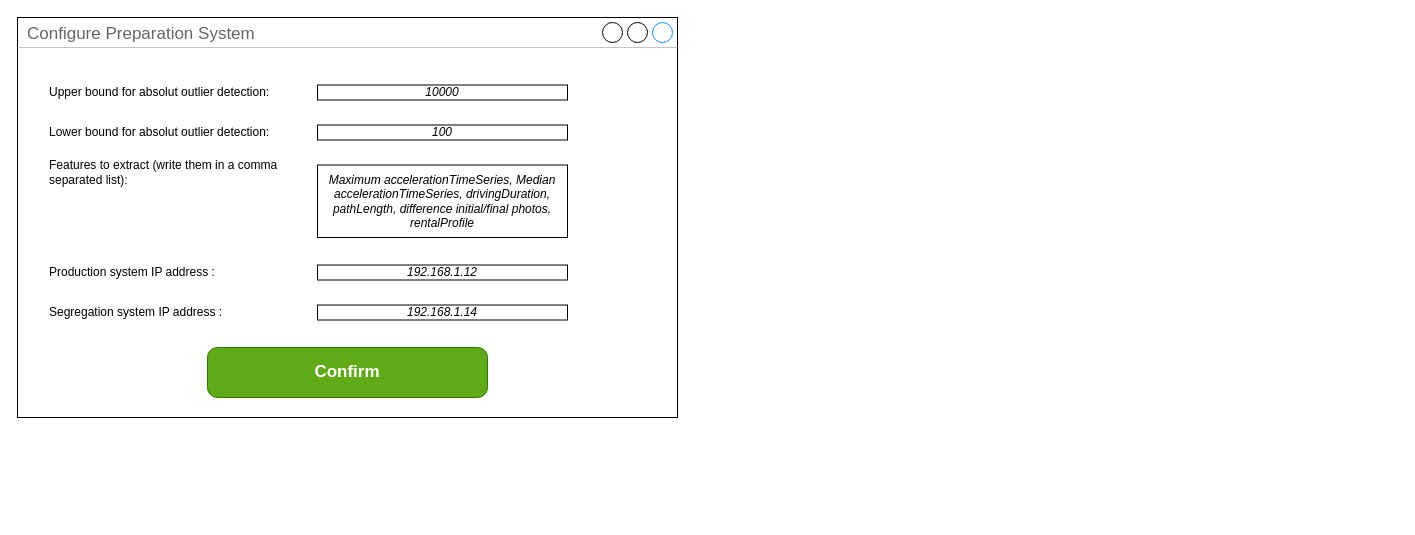
This is configure/preparation system (CAPE)/preparation_system.drawio from BaffoBello14/AutomaticDamagesRecognition, a draw.io file, before an edit. Source tidied: cells renumbered, new cells numbered last; positions are measured from the earlier drawing's top-left corner, leaving out a move shared by most shapes. Both pictures are drawn from the tidied source at 100%, with x=0, y=0 at pixel (17, 17).
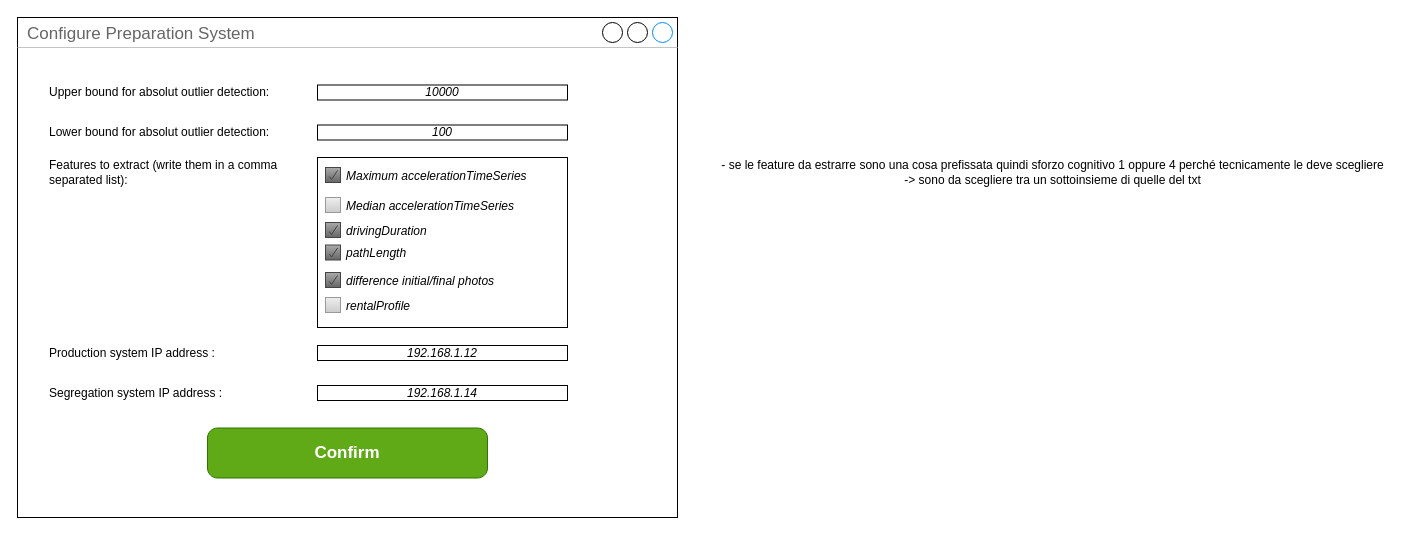
After the change.

Diff of the diagram source:
```diff
@@
     <mxCell id="2" value="Configure Preparation System" style="strokeWidth=1;shadow=0;dashed=0;align=center;html=1;shape=mxgraph.mockup.containers.window;align=left;verticalAlign=top;spacingLeft=8;strokeColor2=#008cff;strokeColor3=#c4c4c4;fontColor=#666666;mainText=;fontSize=17;labelBackgroundColor=none;whiteSpace=wrap;" parent="1" vertex="1">
-      <mxGeometry width="660" height="400" as="geometry" />
+      <mxGeometry width="660" height="500" as="geometry" />
     </mxCell>
     <mxCell id="3" value="Confirm" style="strokeWidth=1;shadow=0;dashed=0;align=center;html=1;shape=mxgraph.mockup.buttons.button;strokeColor=#2D7600;fontColor=#ffffff;mainText=;buttonStyle=round;fontSize=17;fontStyle=1;fillColor=#60a917;whiteSpace=wrap;" parent="1" vertex="1">
-      <mxGeometry x="190" y="330" width="280" height="50" as="geometry" />
+      <mxGeometry x="190" y="410.5" width="280" height="50" as="geometry" />
     </mxCell>
@@
-    <mxCell id="9" value="&lt;i&gt;Maximum accelerationTimeSeries, Median accelerationTimeSeries, drivingDuration, pathLength, difference initial/final photos, rentalProfile&lt;/i&gt;" style="rounded=0;whiteSpace=wrap;html=1;fontColor=#000000;" parent="1" vertex="1">
-      <mxGeometry x="300" y="147.5" width="250" height="72.5" as="geometry" />
-    </mxCell>
     <mxCell id="10" value="Production system IP address :" style="text;html=1;strokeColor=none;fillColor=none;align=left;verticalAlign=middle;whiteSpace=wrap;rounded=0;" parent="1" vertex="1">
-      <mxGeometry x="30" y="240" width="210" height="30" as="geometry" />
+      <mxGeometry x="30" y="320.5" width="210" height="30" as="geometry" />
     </mxCell>
     <mxCell id="11" value="&lt;i style=&quot;border-color: var(--border-color);&quot;&gt;&lt;font style=&quot;border-color: var(--border-color);&quot;&gt;192.168.1.12&lt;/font&gt;&lt;/i&gt;" style="rounded=0;whiteSpace=wrap;html=1;fontColor=#000000;" parent="1" vertex="1">
-      <mxGeometry x="300" y="247.5" width="250" height="15" as="geometry" />
+      <mxGeometry x="300" y="328" width="250" height="15" as="geometry" />
     </mxCell>
     <mxCell id="12" value="Segregation system IP address :" style="text;html=1;strokeColor=none;fillColor=none;align=left;verticalAlign=middle;whiteSpace=wrap;rounded=0;" parent="1" vertex="1">
-      <mxGeometry x="30" y="280" width="210" height="30" as="geometry" />
+      <mxGeometry x="30" y="360.5" width="210" height="30" as="geometry" />
     </mxCell>
     <mxCell id="13" value="&lt;i style=&quot;border-color: var(--border-color);&quot;&gt;&lt;font style=&quot;border-color: var(--border-color);&quot;&gt;192.168.1.14&lt;/font&gt;&lt;/i&gt;" style="rounded=0;whiteSpace=wrap;html=1;fontColor=#000000;" parent="1" vertex="1">
-      <mxGeometry x="300" y="287.5" width="250" height="15" as="geometry" />
+      <mxGeometry x="300" y="368" width="250" height="15" as="geometry" />
     </mxCell>
+    <mxCell id="14" style="strokeWidth=1;shadow=0;dashed=0;align=center;html=1;shape=mxgraph.mockup.forms.rrect;rSize=0;strokeColor=#000000;fillColor=#ffffff;" parent="1" vertex="1">
+      <mxGeometry x="300" y="140" width="250" height="170" as="geometry" />
+    </mxCell>
+    <mxCell id="15" value="&lt;i style=&quot;border-color: var(--border-color); color: rgb(0, 0, 0); font-size: 12px; text-align: center;&quot;&gt;Median accelerationTimeSeries&lt;/i&gt;" style="strokeWidth=1;shadow=0;dashed=0;align=center;html=1;shape=mxgraph.mockup.forms.rrect;rSize=0;fillColor=#eeeeee;strokeColor=#999999;gradientColor=#cccccc;align=left;spacingLeft=4;fontSize=17;fontColor=#666666;labelPosition=right;" parent="14" vertex="1">
+      <mxGeometry x="8" y="40" width="15" height="15" as="geometry" />
+    </mxCell>
+    <mxCell id="16" value="&lt;i style=&quot;border-color: var(--border-color); color: rgb(0, 0, 0); font-size: 12px; text-align: center;&quot;&gt;rentalProfile&lt;/i&gt;" style="strokeWidth=1;shadow=0;dashed=0;align=center;html=1;shape=mxgraph.mockup.forms.rrect;rSize=0;fillColor=#eeeeee;strokeColor=#999999;gradientColor=#cccccc;align=left;spacingLeft=4;fontSize=17;fontColor=#666666;labelPosition=right;" parent="14" vertex="1">
+      <mxGeometry x="8" y="140" width="15" height="15" as="geometry" />
+    </mxCell>
+    <mxCell id="17" value="&lt;i style=&quot;border-color: var(--border-color); color: rgb(0, 0, 0); font-size: 12px; text-align: center;&quot;&gt;Maximum accelerationTimeSeries&lt;/i&gt;" style="strokeWidth=1;shadow=0;dashed=0;align=center;html=1;shape=mxgraph.mockup.forms.checkbox;rSize=0;fillColor=#aaaaaa;strokeColor=#444444;gradientColor=#666666;align=left;spacingLeft=4;fontSize=17;fontColor=#008cff;labelPosition=right;" parent="14" vertex="1">
+      <mxGeometry x="8" y="10" width="15" height="15" as="geometry" />
+    </mxCell>
+    <mxCell id="18" value="&lt;i style=&quot;border-color: var(--border-color); color: rgb(0, 0, 0); font-size: 12px; text-align: center;&quot;&gt;drivingDuration&lt;/i&gt;" style="strokeWidth=1;shadow=0;dashed=0;align=center;html=1;shape=mxgraph.mockup.forms.checkbox;rSize=0;fillColor=#aaaaaa;strokeColor=#444444;gradientColor=#666666;align=left;spacingLeft=4;fontSize=17;fontColor=#008cff;labelPosition=right;" parent="14" vertex="1">
+      <mxGeometry x="8" y="65" width="15" height="15" as="geometry" />
+    </mxCell>
+    <mxCell id="19" value="&lt;i style=&quot;border-color: var(--border-color); color: rgb(0, 0, 0); font-size: 12px; text-align: center;&quot;&gt;pathLength&lt;/i&gt;" style="strokeWidth=1;shadow=0;dashed=0;align=center;html=1;shape=mxgraph.mockup.forms.checkbox;rSize=0;fillColor=#aaaaaa;strokeColor=#444444;gradientColor=#666666;align=left;spacingLeft=4;fontSize=17;fontColor=#008cff;labelPosition=right;" parent="14" vertex="1">
+      <mxGeometry x="8" y="87.5" width="15" height="15" as="geometry" />
+    </mxCell>
+    <mxCell id="20" value="&lt;i style=&quot;border-color: var(--border-color); color: rgb(0, 0, 0); font-size: 12px; text-align: center;&quot;&gt;difference initial/final photos&lt;/i&gt;" style="strokeWidth=1;shadow=0;dashed=0;align=center;html=1;shape=mxgraph.mockup.forms.checkbox;rSize=0;fillColor=#aaaaaa;strokeColor=#444444;gradientColor=#666666;align=left;spacingLeft=4;fontSize=17;fontColor=#008cff;labelPosition=right;" parent="14" vertex="1">
+      <mxGeometry x="8" y="115" width="15" height="15" as="geometry" />
+    </mxCell>
+    <mxCell id="21" value="&lt;div&gt;- se le feature da estrarre sono una cosa prefissata quindi sforzo cognitivo 1 oppure 4 perché tecnicamente le deve scegliere&lt;/div&gt;&lt;div&gt;-&amp;gt; sono da scegliere tra un sottoinsieme di quelle del txt&lt;/div&gt;" style="text;html=1;align=center;verticalAlign=middle;strokeColor=none;fillColor=none;" parent="1" vertex="1">
+      <mxGeometry x="690" y="135" width="690" height="40" as="geometry" />
+    </mxCell>
```
